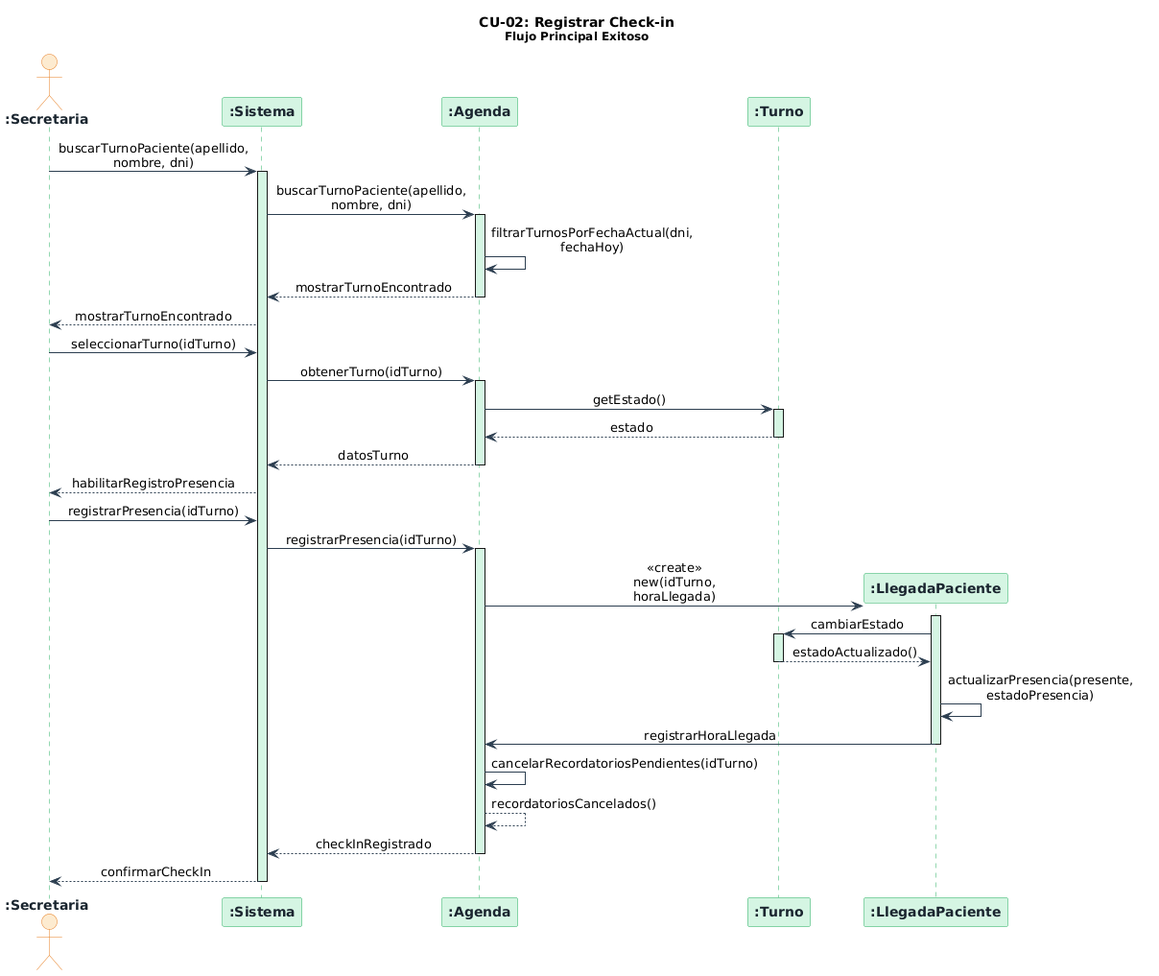
Before: diagramas/05-diagramas-secuencia/05-secuencia-cu-registrar-checkin-registrar-checkin-flujo-principal-02.png, a diagram exported from PlantUML (angelgc9107-lgtm/SistemaTurnosMedicos_GP6). Its diagram source:
```plantuml
@startuml
skinparam sequenceMessageAlign center
skinparam responseMessageBelowArrow true
skinparam maxMessageSize 160
skinparam sequence {
    ArrowColor          #2C3E50
    LifeLineBorderColor #27AE60
    LifeLineBackgroundColor #D5F5E3
    BoxBackgroundColor  #FDFEFE
    BoxBorderColor      #2C3E50
}
skinparam participant {
    BackgroundColor #D5F5E3
    BorderColor     #27AE60
    FontColor       #1A252F
    FontStyle       bold
}
skinparam actor {
    BackgroundColor #FDEBD0
    BorderColor     #E67E22
    FontColor       #1A252F
    FontStyle       bold
}

title **CU-02: Registrar Check-in**\n<size:12>Flujo Principal Exitoso</size>

actor    ":Secretaria"          as secretaria
participant ":Sistema"          as sistema
participant ":Agenda"           as agenda
participant ":Turno"            as turno
participant ":LlegadaPaciente"  as llegadaPaciente

secretaria  ->  sistema         : buscarTurnoPaciente(apellido, nombre, dni)
activate sistema
sistema     ->  agenda          : buscarTurnoPaciente(apellido, nombre, dni)
activate agenda
agenda      ->  agenda          : filtrarTurnosPorFechaActual(dni, fechaHoy)
agenda      -->  sistema        : mostrarTurnoEncontrado
deactivate agenda
sistema     -->  secretaria     : mostrarTurnoEncontrado

secretaria  ->  sistema         : seleccionarTurno(idTurno)
sistema     ->  agenda          : obtenerTurno(idTurno)
activate agenda
agenda      ->  turno           : getEstado()
activate turno
turno       -->  agenda         : estado
deactivate turno
agenda      -->  sistema        : datosTurno
deactivate agenda
sistema     -->  secretaria     : habilitarRegistroPresencia

secretaria  ->  sistema         : registrarPresencia(idTurno)
sistema     ->  agenda          : registrarPresencia(idTurno)
activate agenda

create llegadaPaciente
agenda      ->  llegadaPaciente : <<create>>\nnew(idTurno, horaLlegada)
activate llegadaPaciente

llegadaPaciente ->  turno       : cambiarEstado
activate turno
turno       -->  llegadaPaciente : estadoActualizado()
deactivate turno

llegadaPaciente ->  llegadaPaciente : actualizarPresencia(presente, estadoPresencia)

llegadaPaciente ->  agenda      : registrarHoraLlegada


deactivate llegadaPaciente

agenda      ->  agenda          : cancelarRecordatoriosPendientes(idTurno)
agenda      -->  agenda         : recordatoriosCancelados()

agenda      -->  sistema        : checkInRegistrado
deactivate agenda

sistema     -->  secretaria     : confirmarCheckIn
deactivate sistema
@enduml
```
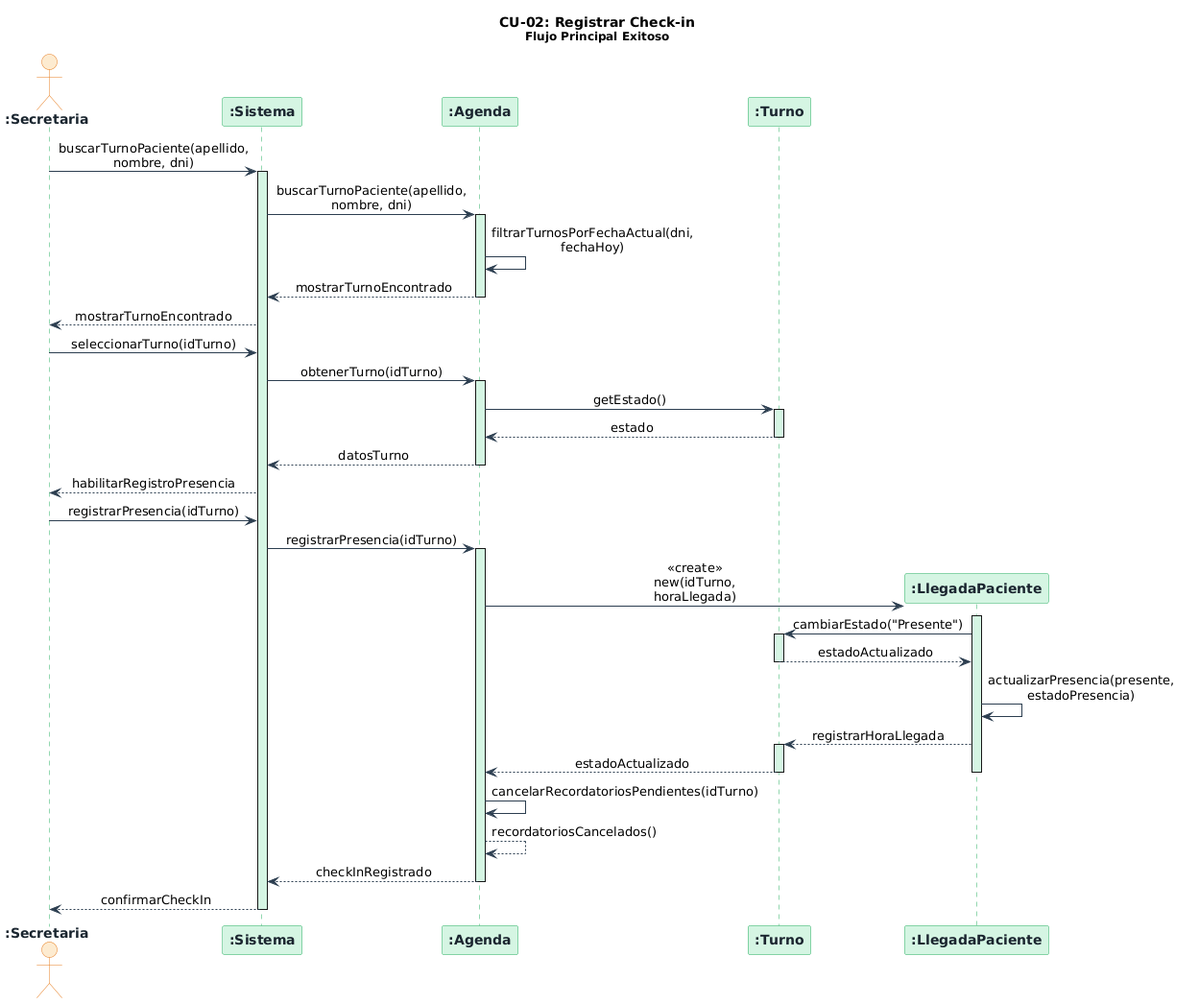
After the change.

Commit message:
Commit - Corrección en los diagramas de secuencia - agregado de Release al changelog

Diff of the diagram source:
```diff
@@ -58,17 +58,17 @@
 agenda      ->  llegadaPaciente : <<create>>\nnew(idTurno, horaLlegada)
 activate llegadaPaciente
 
-llegadaPaciente ->  turno       : cambiarEstado
+llegadaPaciente ->  turno       : cambiarEstado("Presente")
 activate turno
-turno       -->  llegadaPaciente : estadoActualizado()
+turno       -->  llegadaPaciente : estadoActualizado
 deactivate turno
 
 llegadaPaciente ->  llegadaPaciente : actualizarPresencia(presente, estadoPresencia)
-
-llegadaPaciente ->  agenda      : registrarHoraLlegada
-
-
+llegadaPaciente -->  turno      : registrarHoraLlegada
+activate turno
+turno --> agenda : estadoActualizado
 deactivate llegadaPaciente
+deactivate turno
 
 agenda      ->  agenda          : cancelarRecordatoriosPendientes(idTurno)
 agenda      -->  agenda         : recordatoriosCancelados()
```
